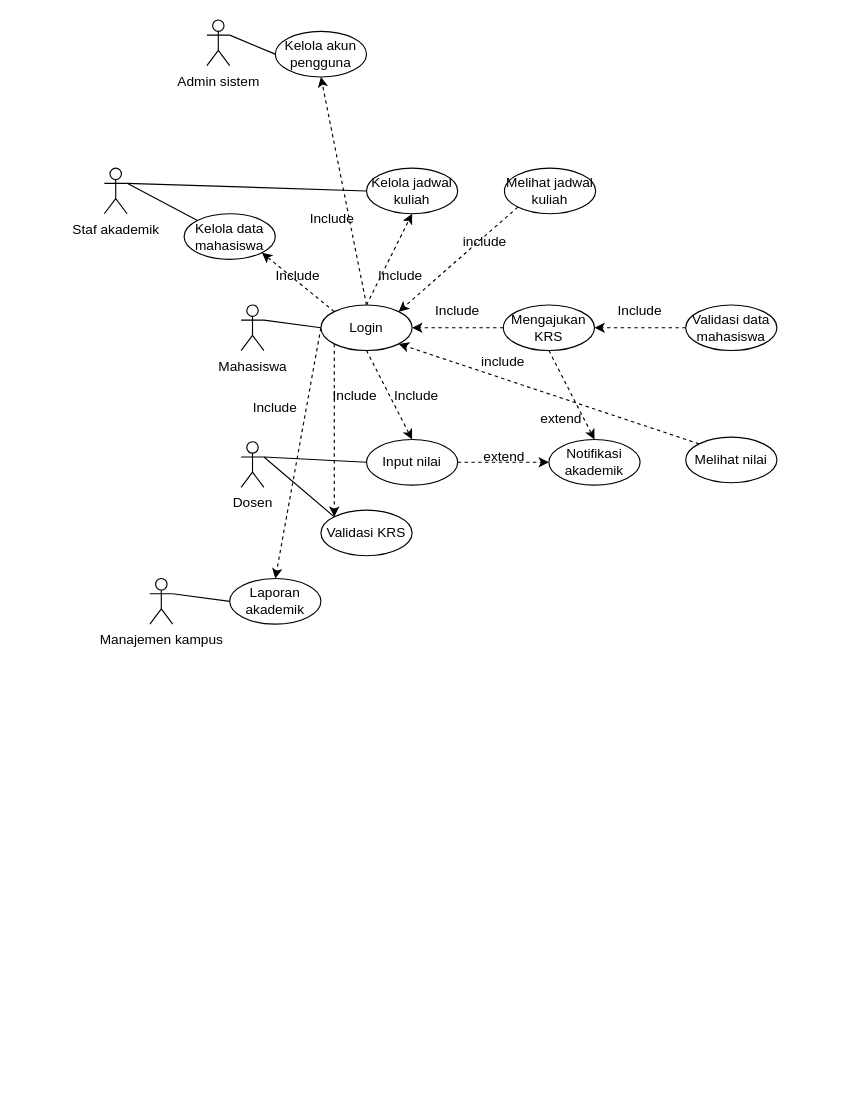
Above: Use Case SADS.drawio in yogadwipayana/ERD (draw.io), before the change. Source tidied: cells renumbered, new cells numbered last; positions are measured from the earlier drawing's top-left corner, leaving out a move shared by most shapes. Both pictures are drawn from the tidied source at 114%, with x=0, y=0 at pixel (104, 19).
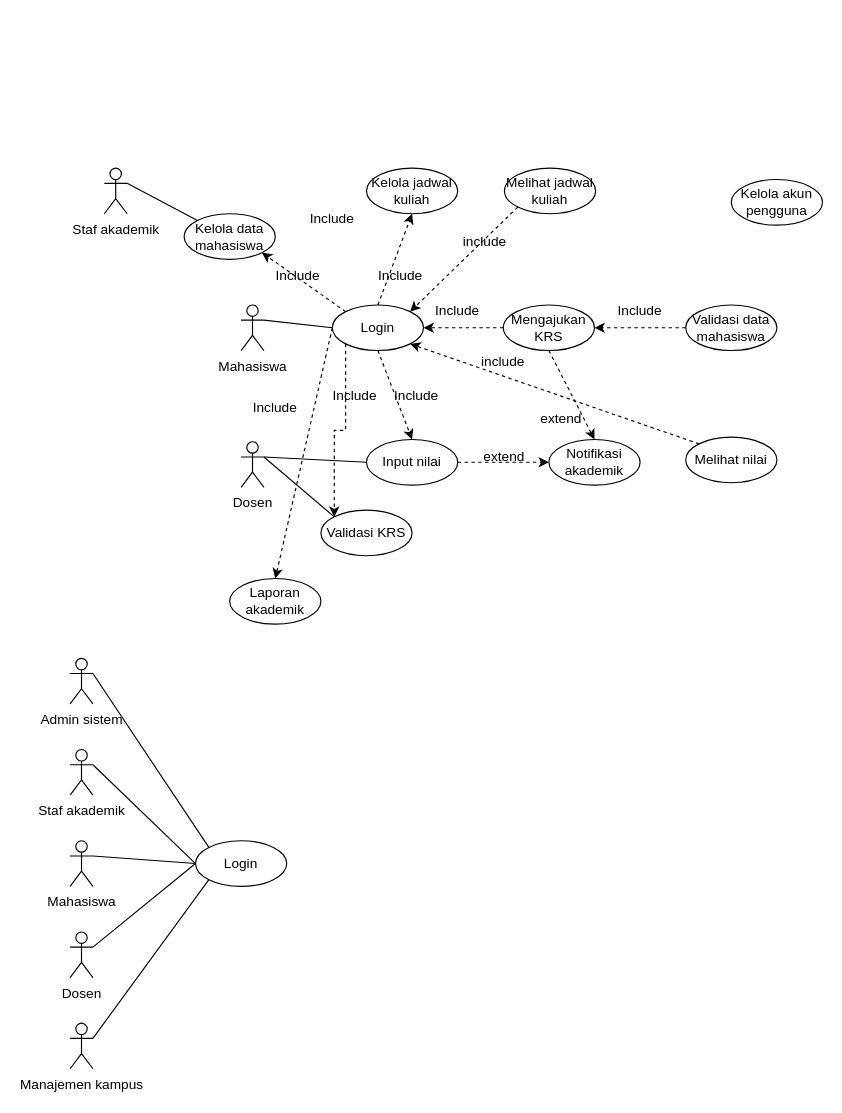
The same page after the edit.

Unchanged cells that the change refers to:
```xml
<mxCell id="12" value="Staf akademik" style="shape=umlActor;verticalLabelPosition=bottom;verticalAlign=top;html=1;outlineConnect=0;" parent="1" vertex="1">
  <mxGeometry y="130" width="20" height="40" as="geometry" />
</mxCell>
<mxCell id="22" value="Kelola jadwal kuliah" style="ellipse;whiteSpace=wrap;html=1;fontSize=12;" parent="1" vertex="1">
  <mxGeometry x="230" y="130" width="80" height="40" as="geometry" />
</mxCell>
<mxCell id="24" value="Laporan akademik" style="ellipse;whiteSpace=wrap;html=1;fontSize=12;" parent="1" vertex="1">
  <mxGeometry x="110" y="490" width="80" height="40" as="geometry" />
</mxCell>
```

What changed in the source:
```diff
@@
-    <mxCell id="4" style="rounded=0;jettySize=auto;html=1;exitX=1;exitY=0.3333333333333333;exitDx=0;exitDy=0;exitPerimeter=0;entryX=0;entryY=0.5;entryDx=0;entryDy=0;endArrow=none;endFill=0;" parent="1" edge="1" source="5" target="23">
-      <mxGeometry relative="1" as="geometry" />
-    </mxCell>
     <mxCell id="5" value="Admin sistem" style="shape=umlActor;verticalLabelPosition=bottom;verticalAlign=top;html=1;outlineConnect=0;" parent="1" vertex="1">
-      <mxGeometry x="90" width="20" height="40" as="geometry" />
+      <mxGeometry x="-30" y="560" width="20" height="40" as="geometry" />
     </mxCell>
@@
-    <mxCell id="8" style="rounded=0;jettySize=auto;html=1;exitX=1;exitY=0.3333333333333333;exitDx=0;exitDy=0;exitPerimeter=0;entryX=0;entryY=0.5;entryDx=0;entryDy=0;endArrow=none;endFill=0;" parent="1" edge="1" source="9" target="24">
-      <mxGeometry relative="1" as="geometry" />
-    </mxCell>
     <mxCell id="9" value="Manajemen kampus" style="shape=umlActor;verticalLabelPosition=bottom;verticalAlign=top;html=1;outlineConnect=0;" parent="1" vertex="1">
-      <mxGeometry x="40" y="490" width="20" height="40" as="geometry" />
+      <mxGeometry x="-30" y="880" width="20" height="40" as="geometry" />
     </mxCell>
-    <mxCell id="10" style="rounded=0;jettySize=auto;html=1;exitX=1;exitY=0.3333333333333333;exitDx=0;exitDy=0;exitPerimeter=0;entryX=0;entryY=0.5;entryDx=0;entryDy=0;endArrow=none;endFill=0;" parent="1" edge="1" source="12" target="22">
-      <mxGeometry relative="1" as="geometry" />
-    </mxCell>
@@
     <mxCell id="23" value="Kelola akun pengguna" style="ellipse;whiteSpace=wrap;html=1;fontSize=12;" parent="1" vertex="1">
-      <mxGeometry x="150" y="10" width="80" height="40" as="geometry" />
+      <mxGeometry x="550" y="140" width="80" height="40" as="geometry" />
     </mxCell>
@@
-    <mxCell id="29" style="rounded=0;jettySize=auto;html=1;exitX=0.5;exitY=0;exitDx=0;exitDy=0;entryX=0.5;entryY=1;entryDx=0;entryDy=0;dashed=1;" parent="1" edge="1" source="30" target="23">
-      <mxGeometry relative="1" as="geometry" />
-    </mxCell>
     <mxCell id="30" value="Login" style="ellipse;whiteSpace=wrap;html=1;fontSize=12;" parent="1" vertex="1">
-      <mxGeometry x="190" y="250" width="80" height="40" as="geometry" />
+      <mxGeometry x="200" y="250" width="80" height="40" as="geometry" />
     </mxCell>
@@
+    <mxCell id="50" value="Login" style="ellipse;whiteSpace=wrap;html=1;fontSize=12;" parent="1" vertex="1">
+      <mxGeometry x="80" y="720" width="80" height="40" as="geometry" />
+    </mxCell>
+    <mxCell id="51" style="rounded=0;jettySize=auto;html=1;exitX=1;exitY=0.3333333333333333;exitDx=0;exitDy=0;exitPerimeter=0;entryX=0;entryY=0.5;entryDx=0;entryDy=0;endArrow=none;endFill=0;" parent="1" edge="1" source="52" target="50">
+      <mxGeometry relative="1" as="geometry" />
+    </mxCell>
+    <mxCell id="52" value="Mahasiswa" style="shape=umlActor;verticalLabelPosition=bottom;verticalAlign=top;html=1;outlineConnect=0;" parent="1" vertex="1">
+      <mxGeometry x="-30" y="720" width="20" height="40" as="geometry" />
+    </mxCell>
+    <mxCell id="53" value="Staf akademik" style="shape=umlActor;verticalLabelPosition=bottom;verticalAlign=top;html=1;outlineConnect=0;" parent="1" vertex="1">
+      <mxGeometry x="-30" y="640" width="20" height="40" as="geometry" />
+    </mxCell>
+    <mxCell id="54" value="Dosen" style="shape=umlActor;verticalLabelPosition=bottom;verticalAlign=top;html=1;outlineConnect=0;" parent="1" vertex="1">
+      <mxGeometry x="-30" y="800" width="20" height="40" as="geometry" />
+    </mxCell>
+    <mxCell id="55" style="rounded=0;jettySize=auto;html=1;exitX=1;exitY=0.3333333333333333;exitDx=0;exitDy=0;exitPerimeter=0;entryX=0;entryY=0;entryDx=0;entryDy=0;endArrow=none;endFill=0;" parent="1" edge="1" source="5" target="50">
+      <mxGeometry relative="1" as="geometry" />
+    </mxCell>
+    <mxCell id="56" style="rounded=0;jettySize=auto;html=1;exitX=1;exitY=0.3333333333333333;exitDx=0;exitDy=0;exitPerimeter=0;entryX=0;entryY=0.5;entryDx=0;entryDy=0;endArrow=none;endFill=0;" parent="1" edge="1" source="53" target="50">
+      <mxGeometry relative="1" as="geometry" />
+    </mxCell>
+    <mxCell id="57" style="rounded=0;jettySize=auto;html=1;exitX=1;exitY=0.3333333333333333;exitDx=0;exitDy=0;exitPerimeter=0;entryX=0;entryY=0.5;entryDx=0;entryDy=0;endArrow=none;endFill=0;" parent="1" edge="1" source="54" target="50">
+      <mxGeometry relative="1" as="geometry" />
+    </mxCell>
+    <mxCell id="58" style="rounded=0;jettySize=auto;html=1;exitX=1;exitY=0.3333333333333333;exitDx=0;exitDy=0;exitPerimeter=0;entryX=0;entryY=1;entryDx=0;entryDy=0;endArrow=none;endFill=0;" parent="1" edge="1" source="9" target="50">
+      <mxGeometry relative="1" as="geometry" />
+    </mxCell>
```
